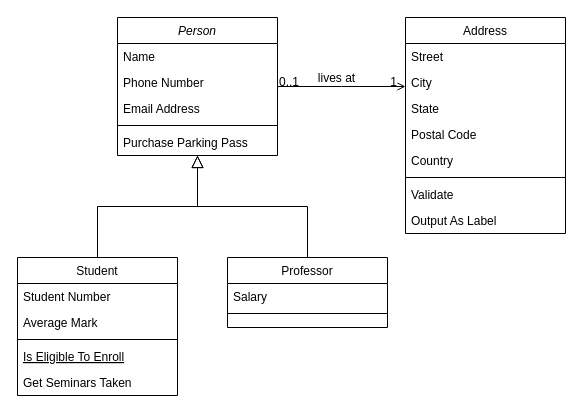
Before: Untitled Diagram.drawio in incompr/diagram, a draw.io diagram. Source tidied: cells renumbered, new cells numbered last; positions are measured from the earlier drawing's top-left corner, leaving out a move shared by most shapes. Both pictures are drawn from the tidied source at 100%, with x=0, y=0 at pixel (17, 17).
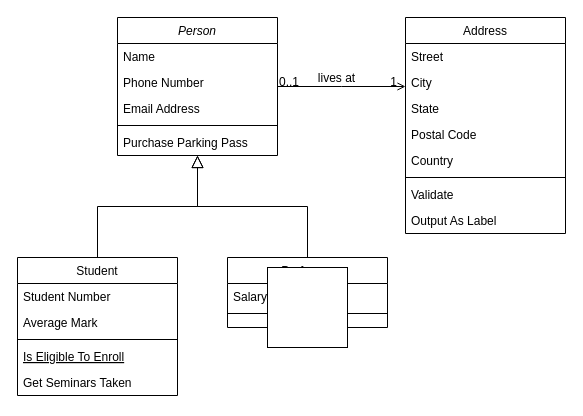
The same diagram, later.

What changed in the source:
```diff
@@
+    <mxCell id="32" style="whiteSpace=wrap;html=1;" parent="1" vertex="1">
+      <mxGeometry x="250" y="250" width="80" height="80" as="geometry" />
+    </mxCell>
```
